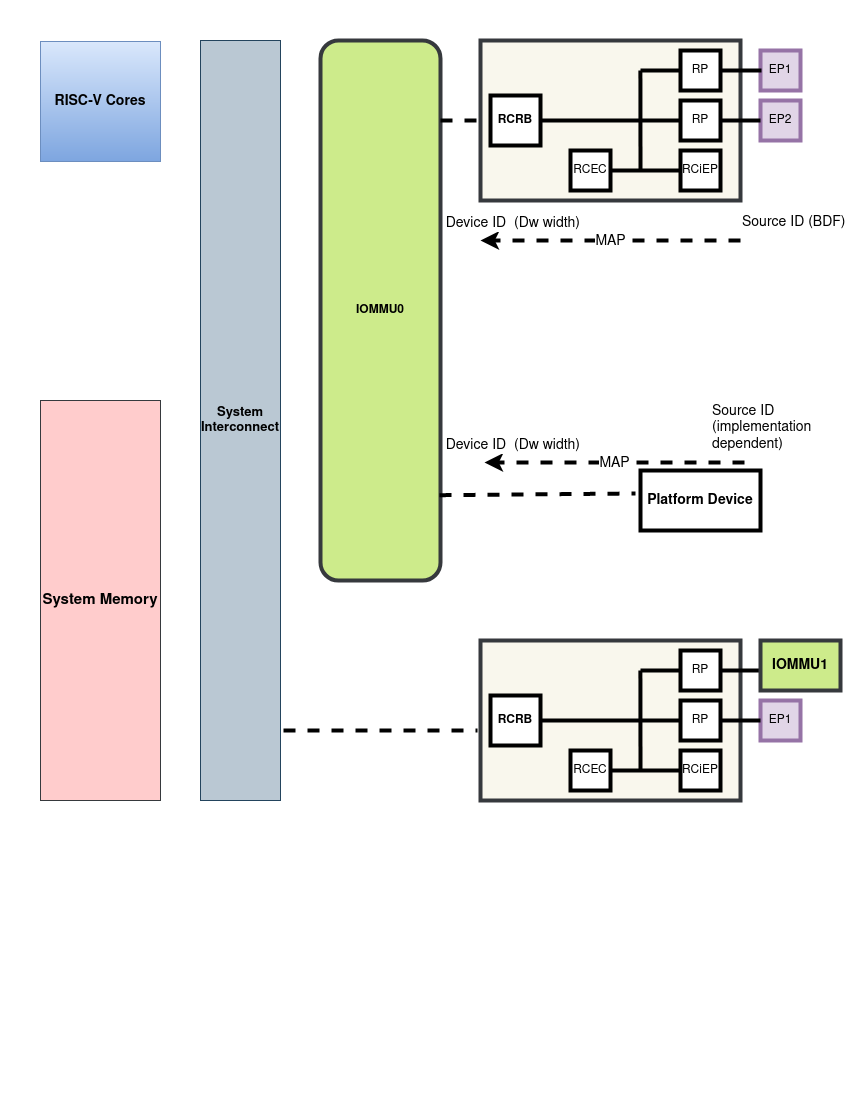
vlsunil/riscv-acpi keeps this draw.io diagram as iommu.png. Above is the earlier version. Source tidied: cells renumbered, new cells last; positions are measured from the earlier drawing's top-left corner, leaving out a move shared by most shapes.
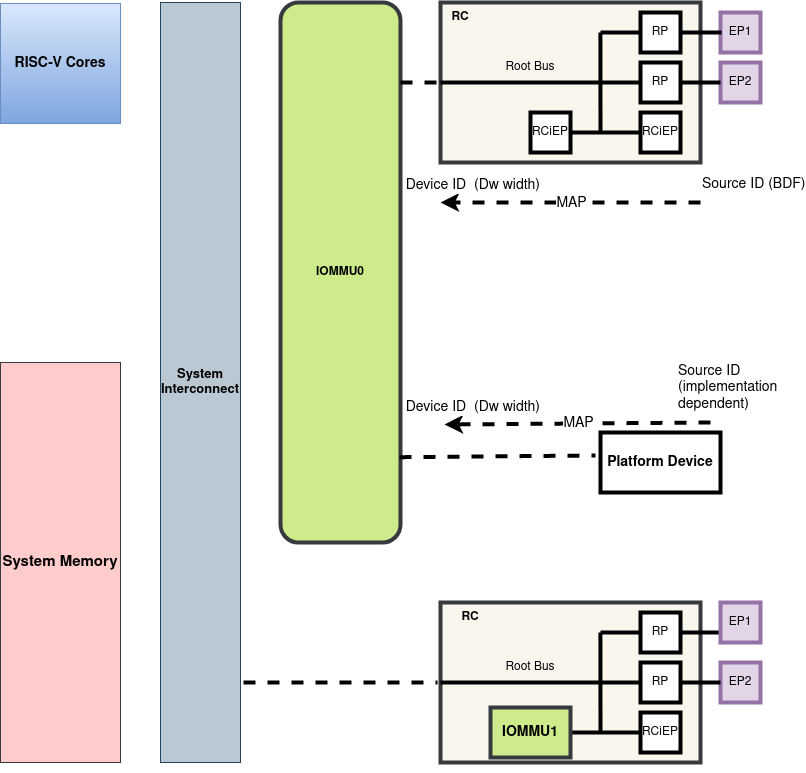
Above is the later version.

Commit message:
Correct IOMMU picture when it is a PCIe device Correct PRI/ATS flag description

What changed in the source:
```diff
@@ -32,9 +32,6 @@
     <mxCell id="10" style="rounded=0;whiteSpace=wrap;html=1;strokeWidth=4;fillColor=#f9f7ed;strokeColor=#36393d;" parent="9" vertex="1">
       <mxGeometry width="260" height="160" as="geometry" />
     </mxCell>
-    <mxCell id="11" value="&lt;b&gt;RCRB&lt;/b&gt;" style="whiteSpace=wrap;html=1;strokeWidth=4;" parent="9" vertex="1">
-      <mxGeometry x="10" y="55" width="50" height="50" as="geometry" />
-    </mxCell>
     <mxCell id="12" value="RP" style="whiteSpace=wrap;html=1;strokeWidth=4;" parent="9" vertex="1">
       <mxGeometry x="200" y="10" width="40" height="40" as="geometry" />
     </mxCell>
@@ -44,10 +41,10 @@
     <mxCell id="14" value="RCiEP" style="whiteSpace=wrap;html=1;strokeWidth=4;" parent="9" vertex="1">
       <mxGeometry x="200" y="110" width="40" height="40" as="geometry" />
     </mxCell>
-    <mxCell id="15" value="RCEC" style="whiteSpace=wrap;html=1;strokeWidth=4;" parent="9" vertex="1">
+    <mxCell id="15" value="RCiEP" style="whiteSpace=wrap;html=1;strokeWidth=4;" parent="9" vertex="1">
       <mxGeometry x="90" y="110" width="40" height="40" as="geometry" />
     </mxCell>
-    <mxCell id="16" style="endArrow=none;html=1;rounded=0;exitX=1;exitY=0.5;exitDx=0;exitDy=0;strokeWidth=4;entryX=0;entryY=0.5;entryDx=0;entryDy=0;" parent="9" edge="1" source="11" target="13">
+    <mxCell id="16" style="endArrow=none;html=1;rounded=0;exitX=0;exitY=0.5;exitDx=0;exitDy=0;strokeWidth=4;entryX=0;entryY=0.5;entryDx=0;entryDy=0;" parent="9" edge="1" source="10" target="13">
       <mxGeometry relative="1" as="geometry" />
     </mxCell>
     <mxCell id="17" style="endArrow=none;html=1;rounded=0;strokeWidth=4;entryX=0.615;entryY=0.188;entryDx=0;entryDy=0;entryPerimeter=0;" parent="9" edge="1" target="10">
@@ -80,15 +77,18 @@
         <mxPoint x="281" y="30" as="targetPoint" />
       </mxGeometry>
     </mxCell>
+    <mxCell id="48" value="Root Bus" style="text;html=1;strokeColor=none;fillColor=none;align=center;verticalAlign=middle;whiteSpace=wrap;rounded=0;" parent="9" vertex="1">
+      <mxGeometry x="60" y="50" width="60" height="30" as="geometry" />
+    </mxCell>
+    <mxCell id="49" value="&lt;b&gt;RC&lt;/b&gt;" style="text;html=1;strokeColor=none;fillColor=none;align=center;verticalAlign=middle;whiteSpace=wrap;rounded=0;" parent="9" vertex="1">
+      <mxGeometry x="-10" width="60" height="30" as="geometry" />
+    </mxCell>
     <mxCell id="24" style="group;" parent="1" vertex="1">
-      <mxGeometry x="440" y="600" width="360" height="160" as="geometry" />
+      <mxGeometry x="440" y="600" width="360" height="170" as="geometry" />
     </mxCell>
     <mxCell id="25" style="rounded=0;whiteSpace=wrap;html=1;strokeWidth=4;fillColor=#f9f7ed;strokeColor=#36393d;" parent="24" vertex="1">
       <mxGeometry width="260" height="160" as="geometry" />
     </mxCell>
-    <mxCell id="26" value="&lt;b&gt;RCRB&lt;/b&gt;" style="whiteSpace=wrap;html=1;strokeWidth=4;" parent="24" vertex="1">
-      <mxGeometry x="10" y="55" width="50" height="50" as="geometry" />
-    </mxCell>
     <mxCell id="27" value="RP" style="whiteSpace=wrap;html=1;strokeWidth=4;" parent="24" vertex="1">
       <mxGeometry x="200" y="10" width="40" height="40" as="geometry" />
     </mxCell>
@@ -98,11 +98,10 @@
     <mxCell id="29" value="RCiEP" style="whiteSpace=wrap;html=1;strokeWidth=4;" parent="24" vertex="1">
       <mxGeometry x="200" y="110" width="40" height="40" as="geometry" />
     </mxCell>
-    <mxCell id="30" value="RCEC" style="whiteSpace=wrap;html=1;strokeWidth=4;" parent="24" vertex="1">
-      <mxGeometry x="90" y="110" width="40" height="40" as="geometry" />
-    </mxCell>
-    <mxCell id="31" style="endArrow=none;html=1;rounded=0;exitX=1;exitY=0.5;exitDx=0;exitDy=0;strokeWidth=4;entryX=0;entryY=0.5;entryDx=0;entryDy=0;" parent="24" edge="1" source="26" target="28">
-      <mxGeometry relative="1" as="geometry" />
+    <mxCell id="31" style="endArrow=none;html=1;rounded=0;strokeWidth=4;entryX=0;entryY=0.5;entryDx=0;entryDy=0;" parent="24" edge="1" target="28">
+      <mxGeometry relative="1" as="geometry">
+        <mxPoint y="80" as="sourcePoint" />
+      </mxGeometry>
     </mxCell>
     <mxCell id="32" style="endArrow=none;html=1;rounded=0;strokeWidth=4;entryX=0.615;entryY=0.188;entryDx=0;entryDy=0;entryPerimeter=0;" parent="24" edge="1" target="25">
       <mxGeometry relative="1" as="geometry">
@@ -119,7 +118,7 @@
         <mxPoint x="130" y="130" as="sourcePoint" />
       </mxGeometry>
     </mxCell>
-    <mxCell id="35" value="EP1" style="whiteSpace=wrap;html=1;strokeWidth=4;fillColor=#e1d5e7;strokeColor=#9673a6;" parent="24" vertex="1">
+    <mxCell id="35" value="EP2" style="whiteSpace=wrap;html=1;strokeWidth=4;fillColor=#e1d5e7;strokeColor=#9673a6;" parent="24" vertex="1">
       <mxGeometry x="280" y="60" width="40" height="40" as="geometry" />
     </mxCell>
     <mxCell id="36" style="endArrow=none;html=1;rounded=0;strokeWidth=4;entryX=0;entryY=0.5;entryDx=0;entryDy=0;exitX=1;exitY=0.5;exitDx=0;exitDy=0;" parent="24" edge="1" source="28" target="35">
@@ -131,12 +130,24 @@
         <mxPoint x="281" y="30" as="targetPoint" />
       </mxGeometry>
     </mxCell>
+    <mxCell id="39" style="endArrow=none;html=1;rounded=0;strokeWidth=4;dashed=1;exitX=1.038;exitY=0.908;exitDx=0;exitDy=0;exitPerimeter=0;entryX=-0.012;entryY=0.563;entryDx=0;entryDy=0;entryPerimeter=0;" parent="24" edge="1">
+      <mxGeometry relative="1" as="geometry">
+        <mxPoint x="-197" y="80.1" as="sourcePoint" />
+        <mxPoint x="-3.1" y="80.1" as="targetPoint" />
+      </mxGeometry>
+    </mxCell>
     <mxCell id="38" value="&lt;b&gt;IOMMU1&lt;/b&gt;" style="rounded=0;whiteSpace=wrap;html=1;fontSize=14;strokeWidth=4;fillColor=#cdeb8b;strokeColor=#36393d;" parent="24" vertex="1">
-      <mxGeometry x="280" width="80" height="50" as="geometry" />
+      <mxGeometry x="50" y="105" width="80" height="50" as="geometry" />
     </mxCell>
-    <mxCell id="39" style="endArrow=none;html=1;rounded=0;strokeWidth=4;dashed=1;exitX=1.038;exitY=0.908;exitDx=0;exitDy=0;exitPerimeter=0;entryX=-0.012;entryY=0.563;entryDx=0;entryDy=0;entryPerimeter=0;" parent="24" edge="1" source="2" target="25">
-      <mxGeometry relative="1" as="geometry" />
-    </mxCell>
+    <mxCell id="50" value="EP1" style="whiteSpace=wrap;html=1;strokeWidth=4;fillColor=#e1d5e7;strokeColor=#9673a6;" parent="24" vertex="1">
+      <mxGeometry x="280" width="40" height="40" as="geometry" />
+    </mxCell>
+    <mxCell id="51" value="&lt;b&gt;RC&lt;/b&gt;" style="text;html=1;strokeColor=none;fillColor=none;align=center;verticalAlign=middle;whiteSpace=wrap;rounded=0;" parent="24" vertex="1">
+      <mxGeometry width="60" height="30" as="geometry" />
+    </mxCell>
+    <mxCell id="52" value="Root Bus" style="text;html=1;strokeColor=none;fillColor=none;align=center;verticalAlign=middle;whiteSpace=wrap;rounded=0;" parent="24" vertex="1">
+      <mxGeometry x="60" y="50" width="60" height="30" as="geometry" />
+    </mxCell>
     <mxCell id="40" style="endArrow=classic;html=1;rounded=0;dashed=1;fontSize=14;strokeWidth=4;" parent="1" edge="1">
       <mxGeometry relative="1" as="geometry">
         <mxPoint x="700" y="200" as="sourcePoint" />
@@ -158,7 +169,7 @@
     </mxCell>
     <mxCell id="44" style="endArrow=classic;html=1;rounded=0;dashed=1;fontSize=14;strokeWidth=4;" parent="1" edge="1">
       <mxGeometry relative="1" as="geometry">
-        <mxPoint x="704" y="422" as="sourcePoint" />
+        <mxPoint x="710" y="420" as="sourcePoint" />
         <mxPoint x="444" y="422" as="targetPoint" />
       </mxGeometry>
     </mxCell>
```
